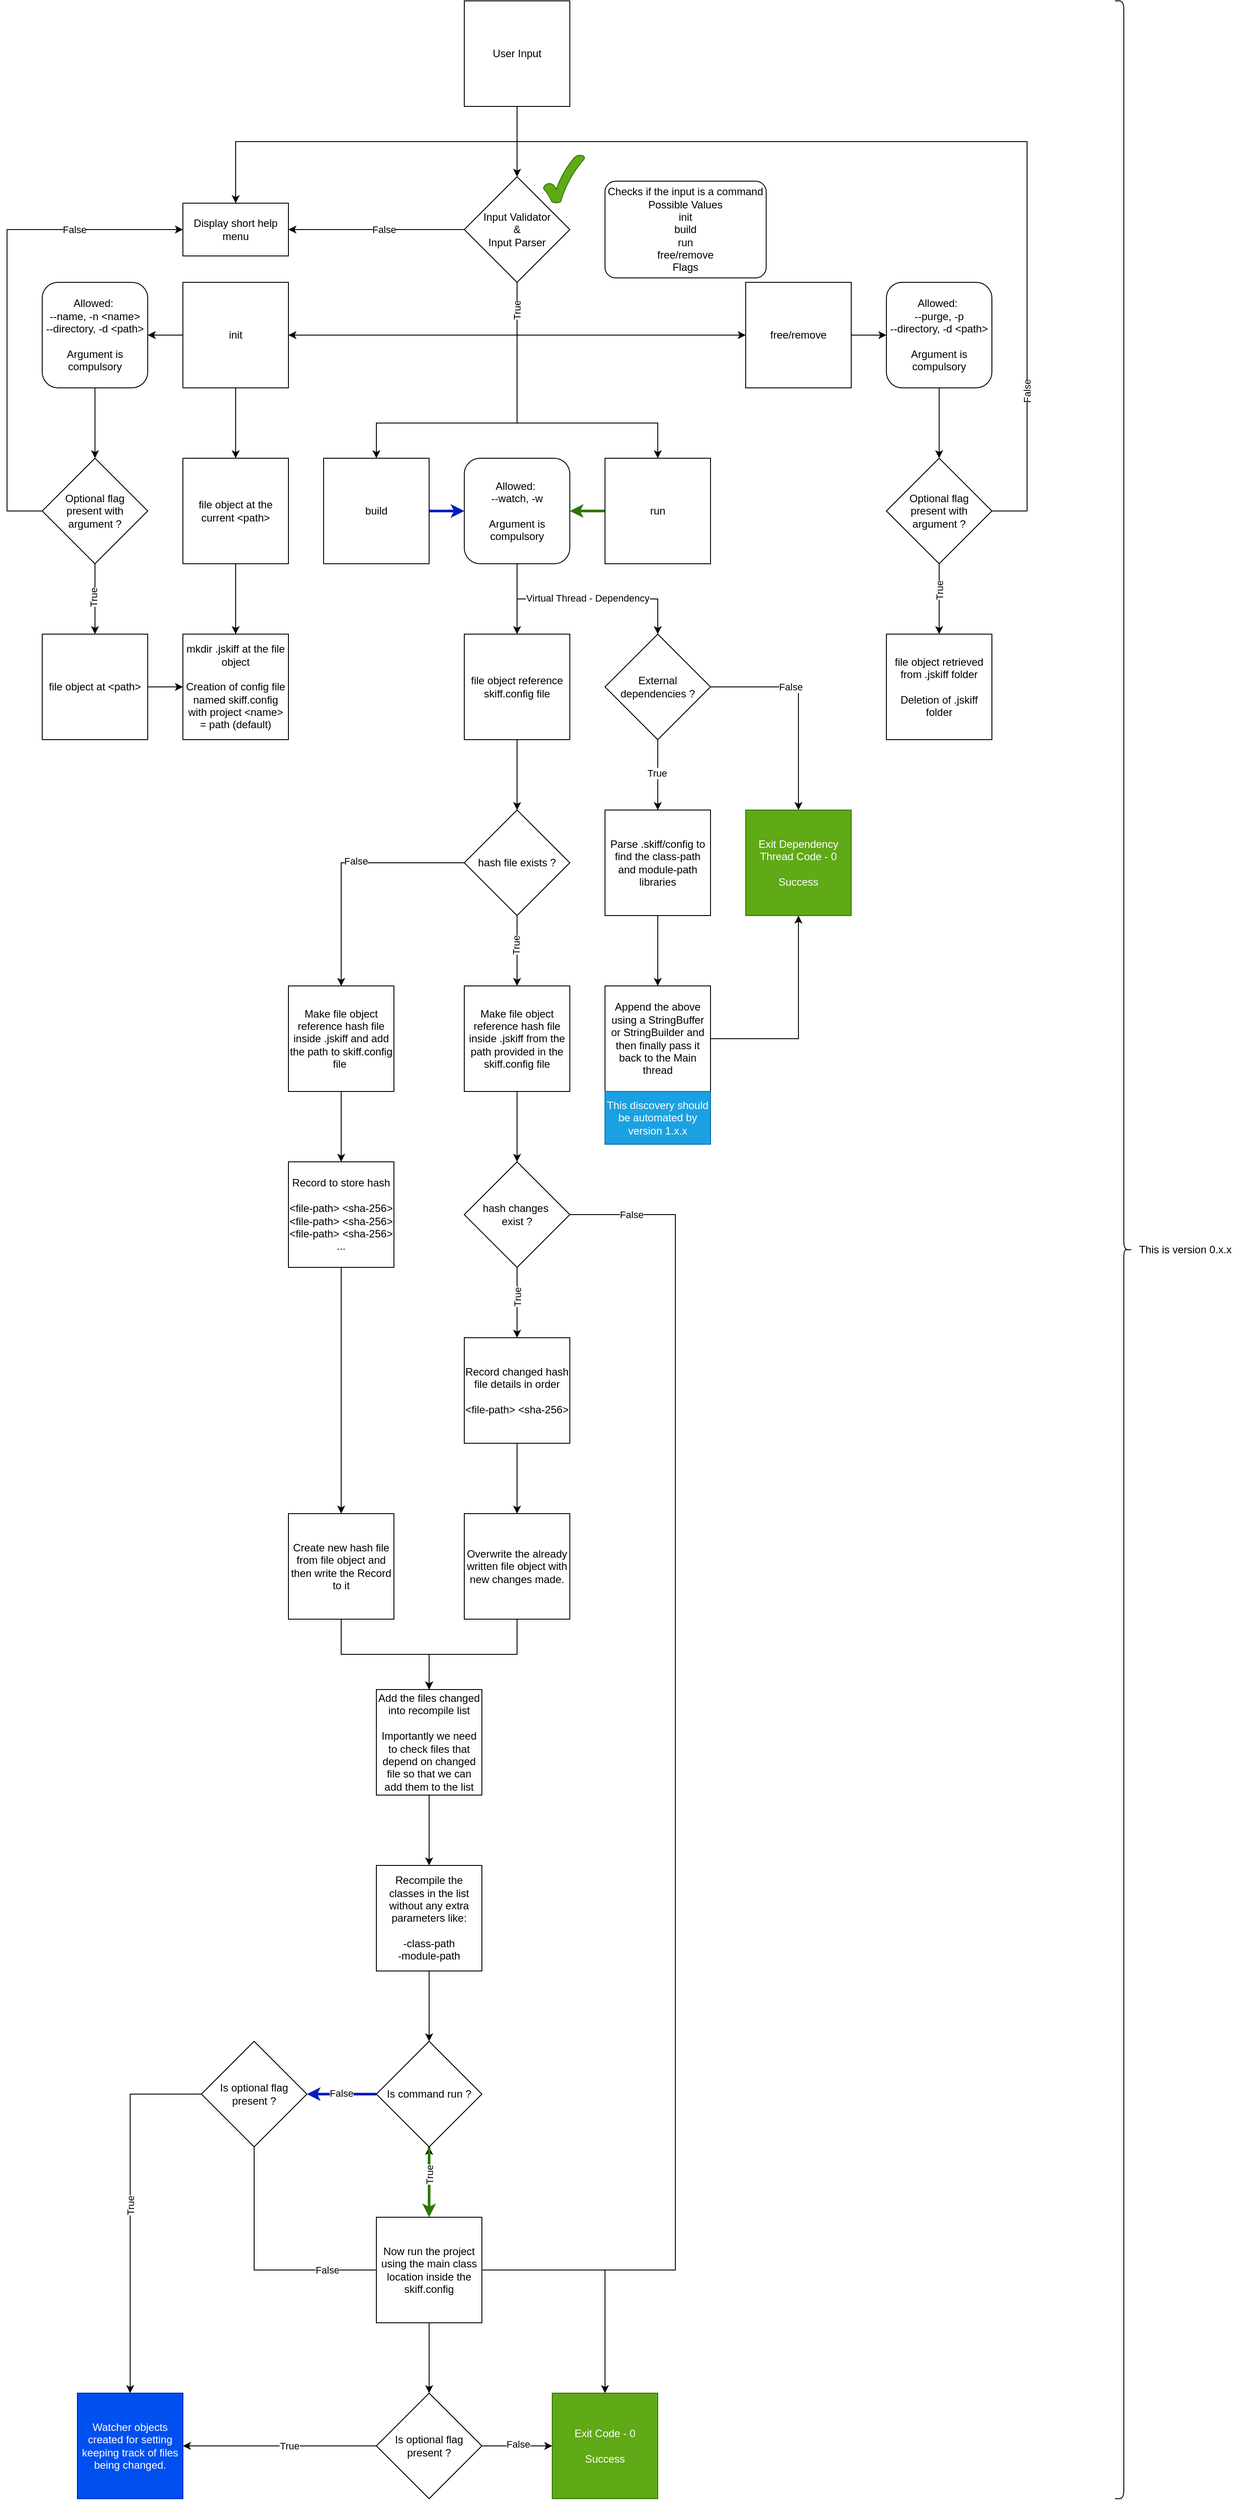
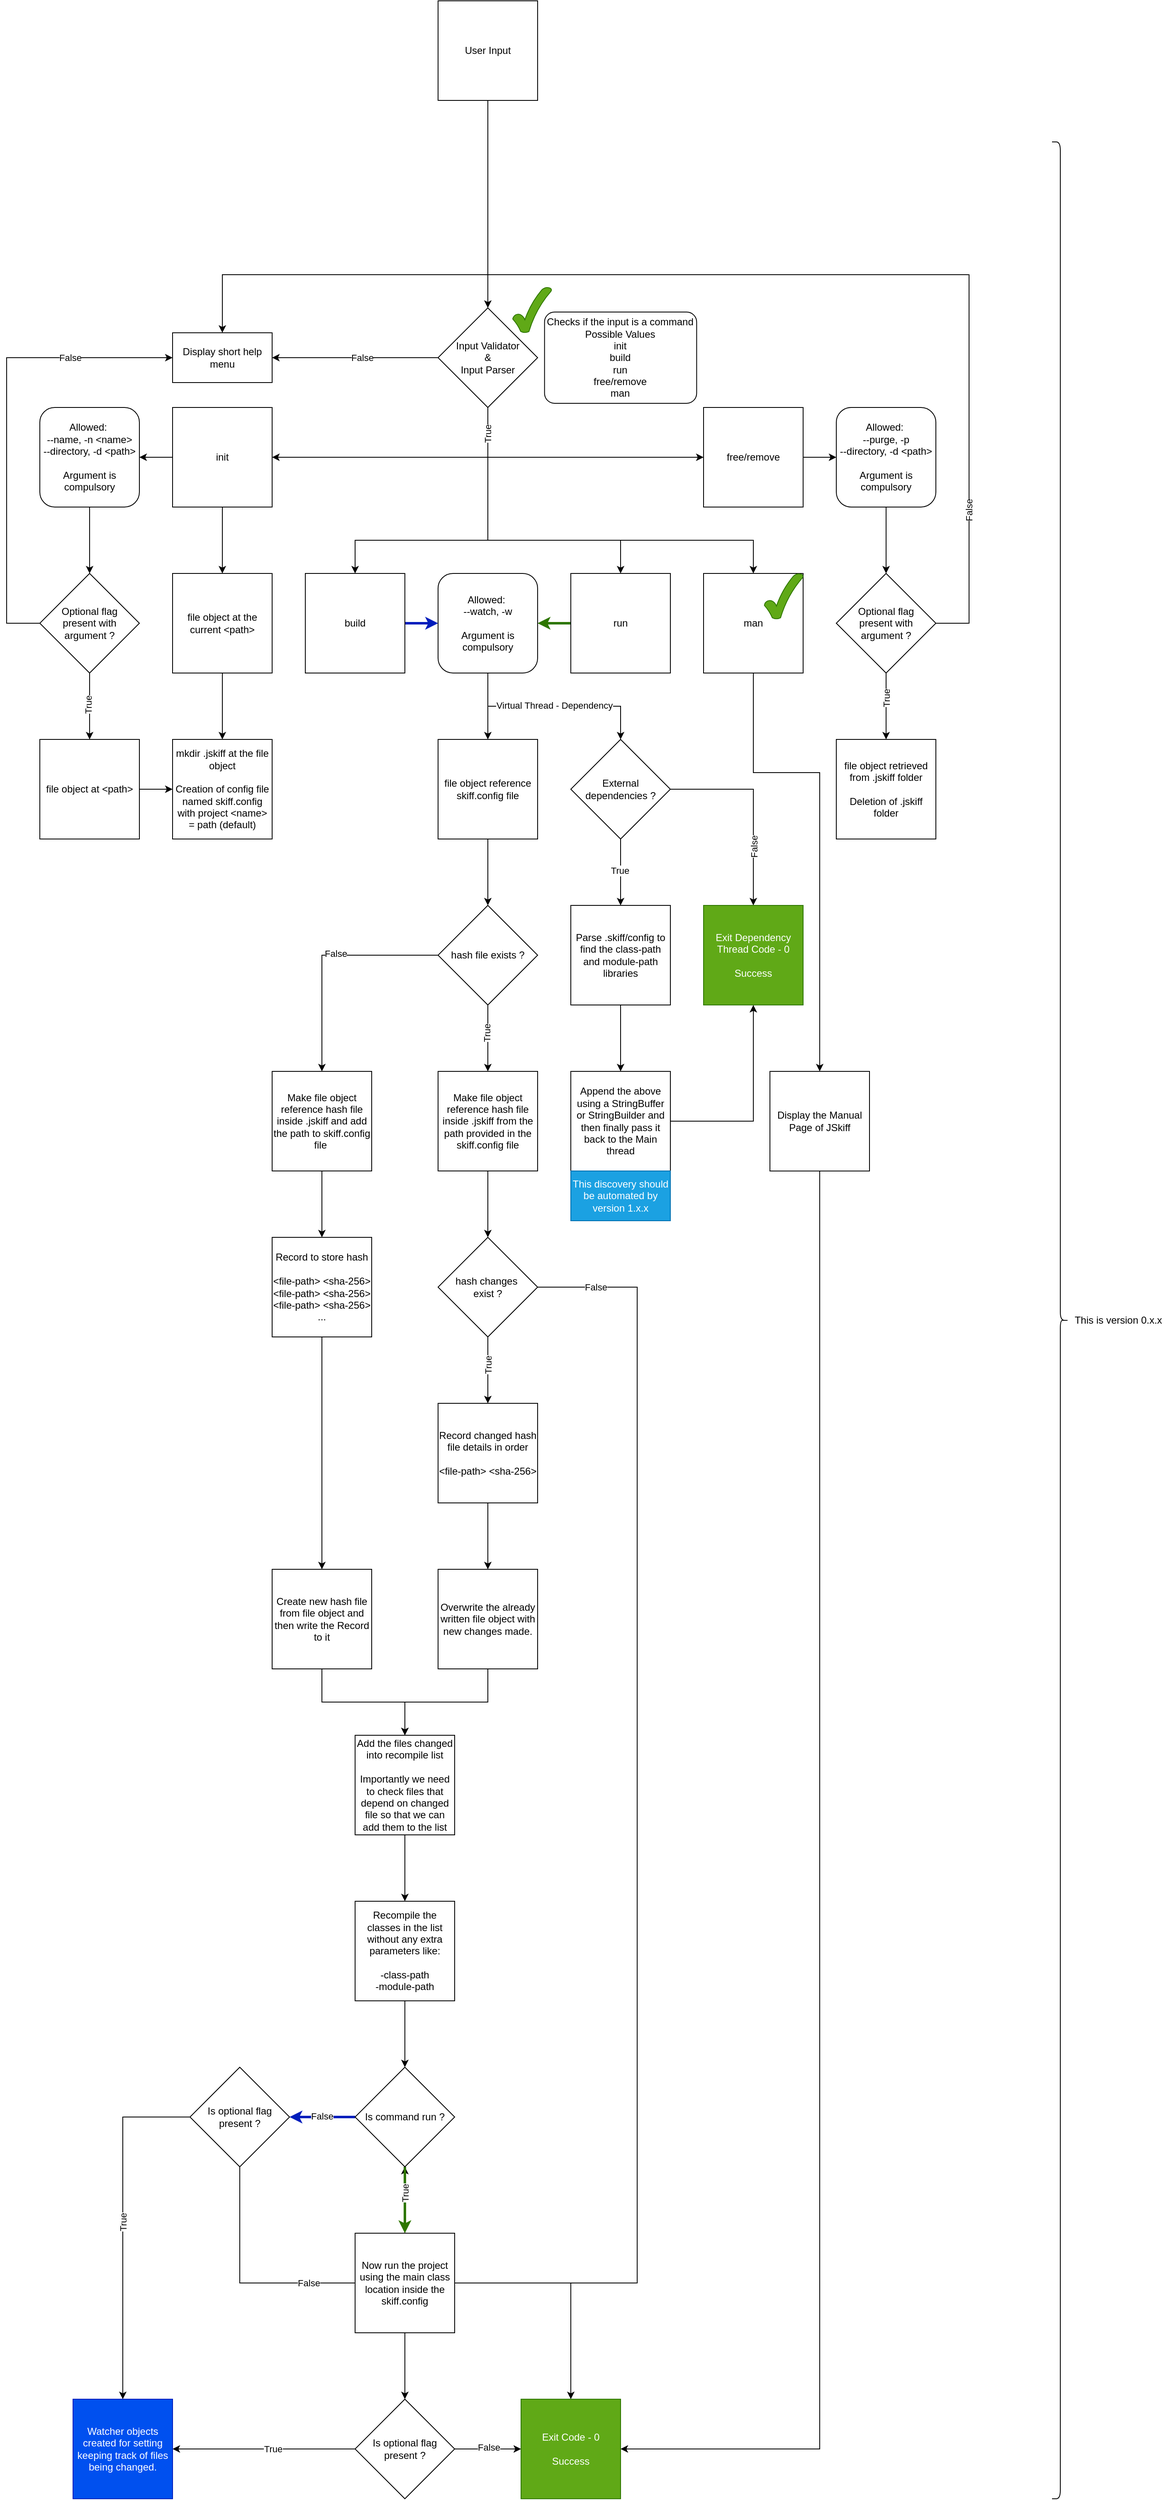
<mxfile host="Electron" agent="Mozilla/5.0 (Macintosh; Intel Mac OS X 10_15_7) AppleWebKit/537.36 (KHTML, like Gecko) draw.io/29.5.2 Chrome/142.0.7444.265 Electron/39.6.1 Safari/537.36">
  <diagram name="Page-1" id="RRkaCzey-Hmdg8RHbrl_">
-     <mxGraphModel dx="1074" dy="664" grid="1" gridSize="10" guides="1" tooltips="1" connect="1" arrows="1" fold="1" page="0" pageScale="1" pageWidth="827" pageHeight="1169" math="0" shadow="0">
+     <mxGraphModel dx="558" dy="745" grid="1" gridSize="10" guides="1" tooltips="1" connect="1" arrows="1" fold="1" page="0" pageScale="1" pageWidth="827" pageHeight="1169" math="0" shadow="0">
      <root>
        <mxCell id="0" />
        <mxCell id="1" parent="0" />
        <mxCell id="_L8elAd2zRHlTAjXCjIf-3" edge="1" parent="1" source="_L8elAd2zRHlTAjXCjIf-1" style="edgeStyle=orthogonalEdgeStyle;rounded=0;orthogonalLoop=1;jettySize=auto;html=1;entryX=0.5;entryY=0;entryDx=0;entryDy=0;align=center;" target="_L8elAd2zRHlTAjXCjIf-26" value="">
          <mxGeometry relative="1" as="geometry">
            <mxPoint x="660" y="200" as="targetPoint" />
          </mxGeometry>
        </mxCell>
        <mxCell id="_L8elAd2zRHlTAjXCjIf-1" parent="1" style="rounded=0;html=1;aspect=fixed;align=center;whiteSpace=wrap;" value="User Input" vertex="1">
-           <mxGeometry height="120" width="120" x="600" as="geometry" />
-         </mxCell>
-         <mxCell id="_L8elAd2zRHlTAjXCjIf-4" parent="1" style="rounded=1;html=1;arcSize=11;aspect=fixed;align=center;whiteSpace=wrap;" value="Checks if the input is a command&lt;br&gt;Possible Values&lt;br&gt;init&lt;br&gt;build&lt;br&gt;run&lt;br&gt;free/remove&lt;br&gt;Flags" vertex="1">
-           <mxGeometry height="110" width="183.33" x="760" y="205" as="geometry" />
+           <mxGeometry height="120" width="120" x="600" y="-170" as="geometry" />
+         </mxCell>
+         <mxCell id="_L8elAd2zRHlTAjXCjIf-4" parent="1" style="rounded=1;html=1;arcSize=11;aspect=fixed;align=center;whiteSpace=wrap;" value="Checks if the input is a command&lt;br&gt;Possible Values&lt;br&gt;init&lt;br&gt;build&lt;br&gt;run&lt;br&gt;free/remove&lt;br&gt;man" vertex="1">
+           <mxGeometry height="110" width="183.33" x="728.3399999999999" y="205" as="geometry" />
        </mxCell>
        <mxCell id="_L8elAd2zRHlTAjXCjIf-34" edge="1" parent="1" source="_L8elAd2zRHlTAjXCjIf-8" style="edgeStyle=orthogonalEdgeStyle;rounded=0;orthogonalLoop=1;jettySize=auto;html=1;align=center;" target="_L8elAd2zRHlTAjXCjIf-24">
          <mxGeometry relative="1" as="geometry" />
        </mxCell>
        <mxCell id="_L8elAd2zRHlTAjXCjIf-47" edge="1" parent="1" source="_L8elAd2zRHlTAjXCjIf-8" style="edgeStyle=orthogonalEdgeStyle;rounded=0;orthogonalLoop=1;jettySize=auto;html=1;align=center;" target="_L8elAd2zRHlTAjXCjIf-46" value="">
          <mxGeometry relative="1" as="geometry" />
        </mxCell>
        <mxCell id="_L8elAd2zRHlTAjXCjIf-8" parent="1" style="rounded=0;html=1;aspect=fixed;align=center;whiteSpace=wrap;" value="init" vertex="1">
          <mxGeometry height="120" width="120" x="280" y="320" as="geometry" />
        </mxCell>
        <mxCell id="_L8elAd2zRHlTAjXCjIf-62" edge="1" parent="1" source="_L8elAd2zRHlTAjXCjIf-10" style="edgeStyle=orthogonalEdgeStyle;rounded=0;orthogonalLoop=1;jettySize=auto;html=1;fillColor=#0050ef;strokeColor=#001DBC;strokeWidth=3;align=center;" target="Qmm5ZwnxzWg7dFWX0fx7-13" value="">
          <mxGeometry relative="1" as="geometry" />
        </mxCell>
        <mxCell id="_L8elAd2zRHlTAjXCjIf-10" parent="1" style="rounded=0;html=1;aspect=fixed;align=center;whiteSpace=wrap;" value="build" vertex="1">
          <mxGeometry height="120" width="120" x="440" y="520" as="geometry" />
        </mxCell>
        <mxCell id="_L8elAd2zRHlTAjXCjIf-63" edge="1" parent="1" source="_L8elAd2zRHlTAjXCjIf-12" style="edgeStyle=orthogonalEdgeStyle;rounded=0;orthogonalLoop=1;jettySize=auto;html=1;fillColor=#60a917;strokeColor=#2D7600;strokeWidth=3;align=center;" target="Qmm5ZwnxzWg7dFWX0fx7-13">
          <mxGeometry relative="1" as="geometry" />
        </mxCell>
        <mxCell id="_L8elAd2zRHlTAjXCjIf-12" parent="1" style="rounded=0;html=1;aspect=fixed;align=center;whiteSpace=wrap;" value="run" vertex="1">
          <mxGeometry height="120" width="120" x="760" y="520" as="geometry" />
        </mxCell>
        <mxCell id="_L8elAd2zRHlTAjXCjIf-50" edge="1" parent="1" source="_L8elAd2zRHlTAjXCjIf-14" style="edgeStyle=orthogonalEdgeStyle;rounded=0;orthogonalLoop=1;jettySize=auto;html=1;align=center;" target="_L8elAd2zRHlTAjXCjIf-49" value="">
          <mxGeometry relative="1" as="geometry" />
        </mxCell>
        <mxCell id="_L8elAd2zRHlTAjXCjIf-14" parent="1" style="rounded=0;html=1;aspect=fixed;align=center;whiteSpace=wrap;" value="free/remove" vertex="1">
          <mxGeometry height="120" width="120" x="920" y="320" as="geometry" />
        </mxCell>
        <mxCell id="_L8elAd2zRHlTAjXCjIf-36" edge="1" parent="1" source="_L8elAd2zRHlTAjXCjIf-20" style="edgeStyle=orthogonalEdgeStyle;rounded=0;orthogonalLoop=1;jettySize=auto;html=1;align=center;" target="_L8elAd2zRHlTAjXCjIf-32">
          <mxGeometry relative="1" as="geometry">
            <Array as="points">
              <mxPoint x="80" y="580" />
              <mxPoint x="80" y="260" />
            </Array>
          </mxGeometry>
        </mxCell>
        <mxCell id="_L8elAd2zRHlTAjXCjIf-37" connectable="0" parent="_L8elAd2zRHlTAjXCjIf-36" style="edgeLabel;html=1;align=center;verticalAlign=middle;resizable=0;points=[];whiteSpace=wrap;fontColor=light-dark(#000000,#FF0000);" value="False" vertex="1">
          <mxGeometry relative="1" x="0.5583" y="1" as="geometry">
            <mxPoint y="1" as="offset" />
          </mxGeometry>
        </mxCell>
        <mxCell id="_L8elAd2zRHlTAjXCjIf-42" edge="1" parent="1" source="_L8elAd2zRHlTAjXCjIf-20" style="edgeStyle=orthogonalEdgeStyle;rounded=0;orthogonalLoop=1;jettySize=auto;html=1;align=center;" target="_L8elAd2zRHlTAjXCjIf-41" value="">
          <mxGeometry relative="1" as="geometry" />
        </mxCell>
        <mxCell id="_L8elAd2zRHlTAjXCjIf-43" connectable="0" parent="_L8elAd2zRHlTAjXCjIf-42" style="edgeLabel;html=1;align=center;verticalAlign=middle;resizable=0;points=[];whiteSpace=wrap;horizontal=0;fontColor=light-dark(#000000,#00FF00);" value="True" vertex="1">
          <mxGeometry relative="1" x="-0.05" y="-2" as="geometry">
            <mxPoint as="offset" />
          </mxGeometry>
        </mxCell>
        <mxCell id="_L8elAd2zRHlTAjXCjIf-20" parent="1" style="rhombus;html=1;aspect=fixed;align=center;whiteSpace=wrap;" value="Optional flag &lt;br&gt;present with argument ?" vertex="1">
          <mxGeometry height="120" width="120" x="120" y="520" as="geometry" />
        </mxCell>
        <mxCell id="_L8elAd2zRHlTAjXCjIf-35" edge="1" parent="1" source="_L8elAd2zRHlTAjXCjIf-24" style="edgeStyle=orthogonalEdgeStyle;rounded=0;orthogonalLoop=1;jettySize=auto;html=1;align=center;" target="_L8elAd2zRHlTAjXCjIf-20" value="">
          <mxGeometry relative="1" as="geometry" />
        </mxCell>
        <mxCell id="_L8elAd2zRHlTAjXCjIf-24" parent="1" style="rounded=1;html=1;align=center;whiteSpace=wrap;" value="Allowed:&amp;nbsp;&lt;div&gt;--name, -n &amp;lt;name&amp;gt;&lt;br&gt;--directory, -d &amp;lt;path&amp;gt;&lt;br&gt;&lt;br&gt;Argument is compulsory&lt;/div&gt;" vertex="1">
          <mxGeometry height="120" width="120" x="120" y="320" as="geometry" />
        </mxCell>
        <mxCell id="_L8elAd2zRHlTAjXCjIf-27" edge="1" parent="1" source="_L8elAd2zRHlTAjXCjIf-26" style="edgeStyle=orthogonalEdgeStyle;rounded=0;orthogonalLoop=1;jettySize=auto;html=1;entryX=1;entryY=0.5;entryDx=0;entryDy=0;align=center;" target="_L8elAd2zRHlTAjXCjIf-8">
          <mxGeometry relative="1" as="geometry">
            <Array as="points">
              <mxPoint x="660" y="380" />
            </Array>
          </mxGeometry>
        </mxCell>
        <mxCell id="_L8elAd2zRHlTAjXCjIf-29" edge="1" parent="1" source="_L8elAd2zRHlTAjXCjIf-26" style="edgeStyle=orthogonalEdgeStyle;rounded=0;orthogonalLoop=1;jettySize=auto;html=1;align=center;" target="_L8elAd2zRHlTAjXCjIf-10">
          <mxGeometry relative="1" as="geometry">
            <Array as="points">
              <mxPoint x="660" y="480" />
              <mxPoint x="500" y="480" />
            </Array>
          </mxGeometry>
        </mxCell>
        <mxCell id="_L8elAd2zRHlTAjXCjIf-30" edge="1" parent="1" source="_L8elAd2zRHlTAjXCjIf-26" style="edgeStyle=orthogonalEdgeStyle;rounded=0;orthogonalLoop=1;jettySize=auto;html=1;align=center;" target="_L8elAd2zRHlTAjXCjIf-12">
          <mxGeometry relative="1" as="geometry">
            <Array as="points">
              <mxPoint x="660" y="480" />
              <mxPoint x="820" y="480" />
            </Array>
          </mxGeometry>
        </mxCell>
        <mxCell id="_L8elAd2zRHlTAjXCjIf-33" edge="1" parent="1" source="_L8elAd2zRHlTAjXCjIf-26" style="edgeStyle=orthogonalEdgeStyle;rounded=0;orthogonalLoop=1;jettySize=auto;html=1;align=center;" target="_L8elAd2zRHlTAjXCjIf-32" value="">
          <mxGeometry relative="1" as="geometry" />
        </mxCell>
        <mxCell id="_L8elAd2zRHlTAjXCjIf-38" connectable="0" parent="_L8elAd2zRHlTAjXCjIf-33" style="edgeLabel;html=1;align=center;verticalAlign=middle;resizable=0;points=[];whiteSpace=wrap;fontColor=light-dark(#000000,#FF0000);" value="False" vertex="1">
          <mxGeometry relative="1" x="-0.0881" y="4" as="geometry">
            <mxPoint y="-4" as="offset" />
          </mxGeometry>
        </mxCell>
+         <mxCell id="Gxfhy34ixXxoShNP1-K3-3" edge="1" parent="1" source="_L8elAd2zRHlTAjXCjIf-26" style="edgeStyle=orthogonalEdgeStyle;rounded=0;orthogonalLoop=1;jettySize=auto;html=1;" target="Gxfhy34ixXxoShNP1-K3-2" value="">
+           <mxGeometry relative="1" as="geometry">
+             <Array as="points">
+               <mxPoint x="660" y="480" />
+               <mxPoint x="980" y="480" />
+             </Array>
+           </mxGeometry>
+         </mxCell>
        <mxCell id="_L8elAd2zRHlTAjXCjIf-26" parent="1" style="rhombus;html=1;align=center;whiteSpace=wrap;" value="Input Validator&lt;div&gt;&amp;amp;&lt;/div&gt;&lt;div&gt;Input Parser&lt;/div&gt;" vertex="1">
          <mxGeometry height="120" width="120" x="600" y="200" as="geometry" />
        </mxCell>
        <mxCell id="_L8elAd2zRHlTAjXCjIf-28" edge="1" parent="1" source="_L8elAd2zRHlTAjXCjIf-26" style="edgeStyle=orthogonalEdgeStyle;rounded=0;orthogonalLoop=1;jettySize=auto;html=1;entryX=0;entryY=0.5;entryDx=0;entryDy=0;align=center;" target="_L8elAd2zRHlTAjXCjIf-14">
          <mxGeometry relative="1" as="geometry">
            <Array as="points">
              <mxPoint x="660" y="380" />
            </Array>
          </mxGeometry>
        </mxCell>
        <mxCell id="_L8elAd2zRHlTAjXCjIf-31" connectable="0" parent="_L8elAd2zRHlTAjXCjIf-28" style="edgeLabel;html=1;align=center;verticalAlign=middle;resizable=0;points=[];whiteSpace=wrap;horizontal=0;fontColor=light-dark(#000000,#00FF00);" value="True" vertex="1">
          <mxGeometry relative="1" x="-0.8032" y="-1" as="geometry">
            <mxPoint x="1" as="offset" />
          </mxGeometry>
        </mxCell>
        <mxCell id="_L8elAd2zRHlTAjXCjIf-32" parent="1" style="html=1;align=center;whiteSpace=wrap;" value="Display short help menu" vertex="1">
          <mxGeometry height="60" width="120" x="280" y="230" as="geometry" />
        </mxCell>
        <mxCell id="_L8elAd2zRHlTAjXCjIf-40" parent="1" style="rounded=0;html=1;align=center;whiteSpace=wrap;" value="mkdir .jskiff at the file object&lt;div&gt;&lt;br&gt;&lt;/div&gt;&lt;div&gt;Creation of config file named skiff.config&lt;/div&gt;&lt;div&gt;with&amp;nbsp;project &amp;lt;name&amp;gt;&lt;br&gt;= path (default)&lt;/div&gt;" vertex="1">
          <mxGeometry height="120" width="120" x="280" y="720" as="geometry" />
        </mxCell>
        <mxCell id="_L8elAd2zRHlTAjXCjIf-44" edge="1" parent="1" source="_L8elAd2zRHlTAjXCjIf-41" style="edgeStyle=orthogonalEdgeStyle;rounded=0;orthogonalLoop=1;jettySize=auto;html=1;align=center;" target="_L8elAd2zRHlTAjXCjIf-40" value="">
          <mxGeometry relative="1" as="geometry" />
        </mxCell>
        <mxCell id="_L8elAd2zRHlTAjXCjIf-41" parent="1" style="rounded=0;html=1;align=center;whiteSpace=wrap;" value="&lt;span style=&quot;background-color: transparent; color: light-dark(rgb(0, 0, 0), rgb(255, 255, 255));&quot;&gt;file object at &amp;lt;path&amp;gt;&lt;br&gt;&lt;/span&gt;" vertex="1">
          <mxGeometry height="120" width="120" x="120" y="720" as="geometry" />
        </mxCell>
        <mxCell id="_L8elAd2zRHlTAjXCjIf-48" edge="1" parent="1" source="_L8elAd2zRHlTAjXCjIf-46" style="edgeStyle=orthogonalEdgeStyle;rounded=0;orthogonalLoop=1;jettySize=auto;html=1;align=center;" target="_L8elAd2zRHlTAjXCjIf-40" value="">
          <mxGeometry relative="1" as="geometry" />
        </mxCell>
        <mxCell id="_L8elAd2zRHlTAjXCjIf-46" parent="1" style="rounded=0;html=1;aspect=fixed;align=center;whiteSpace=wrap;" value="file object at the current &amp;lt;path&amp;gt;" vertex="1">
          <mxGeometry height="120" width="120" x="280" y="520" as="geometry" />
        </mxCell>
        <mxCell id="_L8elAd2zRHlTAjXCjIf-52" edge="1" parent="1" source="_L8elAd2zRHlTAjXCjIf-49" style="edgeStyle=orthogonalEdgeStyle;rounded=0;orthogonalLoop=1;jettySize=auto;html=1;align=center;" target="_L8elAd2zRHlTAjXCjIf-51" value="">
          <mxGeometry relative="1" as="geometry" />
        </mxCell>
        <mxCell id="_L8elAd2zRHlTAjXCjIf-49" parent="1" style="rounded=1;html=1;align=center;whiteSpace=wrap;" value="Allowed:&amp;nbsp;&lt;div&gt;--purge, -p&lt;br&gt;--directory, -d &amp;lt;path&amp;gt;&lt;br&gt;&lt;br&gt;Argument is compulsory&lt;/div&gt;" vertex="1">
          <mxGeometry height="120" width="120" x="1080" y="320" as="geometry" />
        </mxCell>
        <mxCell id="_L8elAd2zRHlTAjXCjIf-54" edge="1" parent="1" source="_L8elAd2zRHlTAjXCjIf-51" style="edgeStyle=orthogonalEdgeStyle;rounded=0;orthogonalLoop=1;jettySize=auto;html=1;align=center;" target="_L8elAd2zRHlTAjXCjIf-53" value="">
          <mxGeometry relative="1" as="geometry" />
        </mxCell>
        <mxCell id="_L8elAd2zRHlTAjXCjIf-56" connectable="0" parent="_L8elAd2zRHlTAjXCjIf-54" style="edgeLabel;html=1;align=center;verticalAlign=middle;resizable=0;points=[];whiteSpace=wrap;horizontal=0;fontColor=light-dark(#000000,#00FF00);" value="True" vertex="1">
          <mxGeometry relative="1" x="0.05" y="-2" as="geometry">
            <mxPoint x="2" y="-12" as="offset" />
          </mxGeometry>
        </mxCell>
        <mxCell id="_L8elAd2zRHlTAjXCjIf-55" edge="1" parent="1" source="_L8elAd2zRHlTAjXCjIf-51" style="edgeStyle=orthogonalEdgeStyle;rounded=0;orthogonalLoop=1;jettySize=auto;html=1;align=center;" target="_L8elAd2zRHlTAjXCjIf-32">
          <mxGeometry relative="1" as="geometry">
            <Array as="points">
              <mxPoint x="1240" y="580" />
              <mxPoint x="1240" y="160" />
              <mxPoint x="340" y="160" />
            </Array>
          </mxGeometry>
        </mxCell>
        <mxCell id="_L8elAd2zRHlTAjXCjIf-57" connectable="0" parent="_L8elAd2zRHlTAjXCjIf-55" style="edgeLabel;html=1;align=center;verticalAlign=middle;resizable=0;points=[];whiteSpace=wrap;horizontal=0;fontColor=light-dark(#000000,#FF0000);" value="False" vertex="1">
          <mxGeometry relative="1" x="-0.703" y="-1" as="geometry">
            <mxPoint x="-1" y="36" as="offset" />
          </mxGeometry>
        </mxCell>
        <mxCell id="_L8elAd2zRHlTAjXCjIf-51" parent="1" style="rhombus;html=1;aspect=fixed;align=center;whiteSpace=wrap;" value="Optional flag &lt;br&gt;present with argument ?" vertex="1">
          <mxGeometry height="120" width="120" x="1080" y="520" as="geometry" />
        </mxCell>
        <mxCell id="_L8elAd2zRHlTAjXCjIf-53" parent="1" style="rounded=0;html=1;align=center;whiteSpace=wrap;" value="&lt;span style=&quot;background-color: transparent; color: light-dark(rgb(0, 0, 0), rgb(255, 255, 255));&quot;&gt;file object retrieved from .jskiff folder&lt;/span&gt;&lt;div&gt;&lt;span style=&quot;background-color: transparent; color: light-dark(rgb(0, 0, 0), rgb(255, 255, 255));&quot;&gt;&lt;br&gt;Deletion of .jskiff folder&lt;/span&gt;&lt;/div&gt;" vertex="1">
          <mxGeometry height="120" width="120" x="1080" y="720" as="geometry" />
        </mxCell>
        <mxCell id="_L8elAd2zRHlTAjXCjIf-65" edge="1" parent="1" source="_L8elAd2zRHlTAjXCjIf-61" style="edgeStyle=orthogonalEdgeStyle;rounded=0;orthogonalLoop=1;jettySize=auto;html=1;align=center;" target="_L8elAd2zRHlTAjXCjIf-64" value="">
          <mxGeometry relative="1" as="geometry" />
        </mxCell>
        <mxCell id="_L8elAd2zRHlTAjXCjIf-66" connectable="0" parent="_L8elAd2zRHlTAjXCjIf-65" style="edgeLabel;html=1;align=center;verticalAlign=middle;resizable=0;points=[];whiteSpace=wrap;fontColor=light-dark(#000000,#FF0000);" value="False" vertex="1">
          <mxGeometry relative="1" x="-0.1167" y="-1" as="geometry">
            <mxPoint y="-1" as="offset" />
          </mxGeometry>
        </mxCell>
        <mxCell id="D8js0SttXVh86KWsJFss-5" edge="1" parent="1" source="_L8elAd2zRHlTAjXCjIf-61" style="edgeStyle=orthogonalEdgeStyle;rounded=0;orthogonalLoop=1;jettySize=auto;html=1;align=center;" target="D8js0SttXVh86KWsJFss-4" value="">
          <mxGeometry relative="1" as="geometry" />
        </mxCell>
        <mxCell id="D8js0SttXVh86KWsJFss-6" connectable="0" parent="D8js0SttXVh86KWsJFss-5" style="edgeLabel;html=1;align=center;verticalAlign=middle;resizable=0;points=[];whiteSpace=wrap;horizontal=0;fontColor=light-dark(#000000,#00FF00);" value="True" vertex="1">
          <mxGeometry relative="1" x="-0.1625" y="-1" as="geometry">
            <mxPoint as="offset" />
          </mxGeometry>
        </mxCell>
        <mxCell id="_L8elAd2zRHlTAjXCjIf-61" parent="1" style="rhombus;html=1;rounded=0;aspect=fixed;align=center;whiteSpace=wrap;" value="hash file exists ?" vertex="1">
          <mxGeometry height="120" width="120" x="600" y="920" as="geometry" />
        </mxCell>
        <mxCell id="_L8elAd2zRHlTAjXCjIf-70" edge="1" parent="1" source="_L8elAd2zRHlTAjXCjIf-64" style="edgeStyle=orthogonalEdgeStyle;rounded=0;orthogonalLoop=1;jettySize=auto;html=1;align=center;" target="_L8elAd2zRHlTAjXCjIf-69" value="">
          <mxGeometry relative="1" as="geometry" />
        </mxCell>
        <mxCell id="_L8elAd2zRHlTAjXCjIf-64" parent="1" style="html=1;rounded=0;align=center;whiteSpace=wrap;" value="Make file object reference hash file inside .jskiff and add the path to skiff.config file&amp;nbsp;" vertex="1">
          <mxGeometry height="120" width="120" x="400" y="1120" as="geometry" />
        </mxCell>
        <mxCell id="D8js0SttXVh86KWsJFss-22" edge="1" parent="1" source="_L8elAd2zRHlTAjXCjIf-67" style="edgeStyle=orthogonalEdgeStyle;rounded=0;orthogonalLoop=1;jettySize=auto;html=1;" target="_L8elAd2zRHlTAjXCjIf-61">
          <mxGeometry relative="1" as="geometry" />
        </mxCell>
        <mxCell id="_L8elAd2zRHlTAjXCjIf-67" parent="1" style="rounded=0;html=1;align=center;whiteSpace=wrap;" value="file object reference skiff.config file" vertex="1">
          <mxGeometry height="120" width="120" x="600" y="720" as="geometry" />
        </mxCell>
        <mxCell id="_L8elAd2zRHlTAjXCjIf-72" edge="1" parent="1" source="_L8elAd2zRHlTAjXCjIf-69" style="edgeStyle=orthogonalEdgeStyle;rounded=0;orthogonalLoop=1;jettySize=auto;html=1;align=center;" target="_L8elAd2zRHlTAjXCjIf-71" value="">
          <mxGeometry relative="1" as="geometry" />
        </mxCell>
        <mxCell id="_L8elAd2zRHlTAjXCjIf-69" parent="1" style="html=1;rounded=0;align=center;whiteSpace=wrap;" value="Record to store hash&lt;br&gt;&lt;div&gt;&lt;br&gt;&lt;/div&gt;&lt;div&gt;&amp;lt;file-path&amp;gt; &amp;lt;sha-256&amp;gt;&lt;br&gt;&amp;lt;file-path&amp;gt; &amp;lt;sha-256&amp;gt;&lt;/div&gt;&lt;div&gt;&amp;lt;file-path&amp;gt; &amp;lt;sha-256&amp;gt;&lt;/div&gt;&lt;div&gt;...&lt;/div&gt;" vertex="1">
          <mxGeometry height="120" width="120" x="400" y="1320" as="geometry" />
        </mxCell>
        <mxCell id="D8js0SttXVh86KWsJFss-12" edge="1" parent="1" source="_L8elAd2zRHlTAjXCjIf-71" style="edgeStyle=orthogonalEdgeStyle;rounded=0;orthogonalLoop=1;jettySize=auto;html=1;" target="D8js0SttXVh86KWsJFss-11" value="">
          <mxGeometry relative="1" as="geometry" />
        </mxCell>
        <mxCell id="_L8elAd2zRHlTAjXCjIf-71" parent="1" style="html=1;rounded=0;align=center;whiteSpace=wrap;" value="Create new hash file from file object and then write the Record to it" vertex="1">
          <mxGeometry height="120" width="120" x="400" y="1720" as="geometry" />
        </mxCell>
        <mxCell id="D8js0SttXVh86KWsJFss-15" edge="1" parent="1" source="D8js0SttXVh86KWsJFss-4" style="edgeStyle=orthogonalEdgeStyle;rounded=0;orthogonalLoop=1;jettySize=auto;html=1;" target="D8js0SttXVh86KWsJFss-14" value="">
          <mxGeometry relative="1" as="geometry" />
        </mxCell>
        <mxCell id="D8js0SttXVh86KWsJFss-4" parent="1" style="html=1;rounded=0;align=center;whiteSpace=wrap;" value="Make file object reference hash file inside .jskiff from the path provided in the skiff.config file" vertex="1">
          <mxGeometry height="120" width="120" x="600" y="1120" as="geometry" />
        </mxCell>
        <mxCell id="D8js0SttXVh86KWsJFss-13" edge="1" parent="1" source="D8js0SttXVh86KWsJFss-9" style="edgeStyle=orthogonalEdgeStyle;rounded=0;orthogonalLoop=1;jettySize=auto;html=1;entryX=0.5;entryY=0;entryDx=0;entryDy=0;" target="D8js0SttXVh86KWsJFss-11">
          <mxGeometry relative="1" as="geometry" />
        </mxCell>
        <mxCell id="D8js0SttXVh86KWsJFss-9" parent="1" style="html=1;rounded=0;align=center;whiteSpace=wrap;" value="&lt;div&gt;Overwrite the already written file object with new changes made.&lt;/div&gt;" vertex="1">
          <mxGeometry height="120" width="120" x="600" y="1720" as="geometry" />
        </mxCell>
        <mxCell id="kUUIiqGxWrQIOyBqX_BW-5" edge="1" parent="1" source="D8js0SttXVh86KWsJFss-11" style="edgeStyle=orthogonalEdgeStyle;rounded=0;orthogonalLoop=1;jettySize=auto;html=1;" target="DWGIw0IIuDlJqxq0uWgz-1">
          <mxGeometry relative="1" as="geometry" />
        </mxCell>
        <mxCell id="D8js0SttXVh86KWsJFss-11" parent="1" style="html=1;rounded=0;align=center;whiteSpace=wrap;" value="&lt;div&gt;Add the files changed into recompile list&lt;br&gt;&lt;br&gt;&lt;/div&gt;&lt;div&gt;Importantly we need to check files that depend on changed file so that we can add them to the list&lt;/div&gt;" vertex="1">
          <mxGeometry height="120" width="120" x="500" y="1920" as="geometry" />
        </mxCell>
        <mxCell id="D8js0SttXVh86KWsJFss-19" edge="1" parent="1" source="D8js0SttXVh86KWsJFss-14" style="edgeStyle=orthogonalEdgeStyle;rounded=0;orthogonalLoop=1;jettySize=auto;html=1;" target="D8js0SttXVh86KWsJFss-20" value="">
          <mxGeometry relative="1" as="geometry">
            <mxPoint x="660" y="1520" as="targetPoint" />
          </mxGeometry>
        </mxCell>
        <mxCell id="D8js0SttXVh86KWsJFss-23" connectable="0" parent="D8js0SttXVh86KWsJFss-19" style="edgeLabel;html=1;align=center;verticalAlign=middle;resizable=0;points=[];horizontal=0;fontColor=light-dark(#000000,#FF0000);" value="&lt;font style=&quot;color: light-dark(rgb(0, 0, 0), rgb(0, 255, 0));&quot;&gt;True&lt;/font&gt;" vertex="1">
          <mxGeometry relative="1" x="-0.1444" as="geometry">
            <mxPoint as="offset" />
          </mxGeometry>
        </mxCell>
        <mxCell id="DWGIw0IIuDlJqxq0uWgz-9" edge="1" parent="1" source="D8js0SttXVh86KWsJFss-14" style="edgeStyle=orthogonalEdgeStyle;rounded=0;orthogonalLoop=1;jettySize=auto;html=1;" target="DWGIw0IIuDlJqxq0uWgz-7">
          <mxGeometry relative="1" as="geometry">
            <Array as="points">
              <mxPoint x="840" y="1380" />
              <mxPoint x="840" y="2580" />
            </Array>
            <mxPoint x="680" y="2530" as="targetPoint" />
          </mxGeometry>
        </mxCell>
        <mxCell id="DWGIw0IIuDlJqxq0uWgz-10" connectable="0" parent="DWGIw0IIuDlJqxq0uWgz-9" style="edgeLabel;html=1;align=center;verticalAlign=middle;resizable=0;points=[];fontColor=light-dark(#000000,#FF0000);" value="False" vertex="1">
          <mxGeometry relative="1" x="-0.9202" as="geometry">
            <mxPoint as="offset" />
          </mxGeometry>
        </mxCell>
        <mxCell id="D8js0SttXVh86KWsJFss-14" parent="1" style="rhombus;html=1;rounded=0;aspect=fixed;align=center;whiteSpace=wrap;" value="hash changes&amp;nbsp;&lt;div&gt;exist ?&lt;/div&gt;" vertex="1">
          <mxGeometry height="120" width="120" x="600" y="1320" as="geometry" />
        </mxCell>
        <mxCell id="D8js0SttXVh86KWsJFss-21" edge="1" parent="1" source="D8js0SttXVh86KWsJFss-20" style="edgeStyle=orthogonalEdgeStyle;rounded=0;orthogonalLoop=1;jettySize=auto;html=1;" target="D8js0SttXVh86KWsJFss-9" value="">
          <mxGeometry relative="1" as="geometry" />
        </mxCell>
        <mxCell id="D8js0SttXVh86KWsJFss-20" parent="1" style="html=1;rounded=0;align=center;whiteSpace=wrap;" value="Record changed hash file details in order&lt;div&gt;&lt;br&gt;&lt;/div&gt;&lt;div&gt;&lt;div&gt;&amp;lt;file-path&amp;gt; &amp;lt;sha-256&amp;gt;&lt;/div&gt;&lt;/div&gt;" vertex="1">
          <mxGeometry height="120" width="120" x="600" y="1520" as="geometry" />
        </mxCell>
        <mxCell id="DWGIw0IIuDlJqxq0uWgz-12" edge="1" parent="1" source="D8js0SttXVh86KWsJFss-27" style="edgeStyle=orthogonalEdgeStyle;rounded=0;orthogonalLoop=1;jettySize=auto;html=1;" target="kUUIiqGxWrQIOyBqX_BW-13" value="">
          <mxGeometry relative="1" as="geometry">
            <mxPoint x="820" y="920.0000000000002" as="targetPoint" />
          </mxGeometry>
        </mxCell>
        <mxCell id="XWM_SaW0I9FZybDSj1vM-3" connectable="0" parent="DWGIw0IIuDlJqxq0uWgz-12" style="edgeLabel;html=1;align=center;verticalAlign=middle;resizable=0;points=[];fontColor=light-dark(#000000,#00FF00);" value="True" vertex="1">
          <mxGeometry relative="1" x="-0.0373" y="1" as="geometry">
            <mxPoint x="-2" y="-1" as="offset" />
          </mxGeometry>
        </mxCell>
        <mxCell id="kUUIiqGxWrQIOyBqX_BW-11" edge="1" parent="1" source="D8js0SttXVh86KWsJFss-27" style="edgeStyle=orthogonalEdgeStyle;rounded=0;orthogonalLoop=1;jettySize=auto;html=1;" target="kUUIiqGxWrQIOyBqX_BW-10">
          <mxGeometry relative="1" as="geometry" />
        </mxCell>
-         <mxCell id="kUUIiqGxWrQIOyBqX_BW-12" connectable="0" parent="kUUIiqGxWrQIOyBqX_BW-11" style="edgeLabel;html=1;align=center;verticalAlign=middle;resizable=0;points=[];fontColor=light-dark(#000000,#FF0000);" value="False" vertex="1">
+         <mxCell id="kUUIiqGxWrQIOyBqX_BW-12" connectable="0" parent="kUUIiqGxWrQIOyBqX_BW-11" style="edgeLabel;html=1;align=center;verticalAlign=middle;resizable=0;points=[];fontColor=light-dark(#000000,#FF0000);horizontal=0;" value="False" vertex="1">
          <mxGeometry relative="1" x="-0.5963" y="-2" as="geometry">
-             <mxPoint x="42" y="-2" as="offset" />
+             <mxPoint x="52" y="68" as="offset" />
          </mxGeometry>
        </mxCell>
        <mxCell id="D8js0SttXVh86KWsJFss-27" parent="1" style="rhombus;whiteSpace=wrap;html=1;rounded=0;aspect=fixed;" value="External dependencies ?" vertex="1">
          <mxGeometry height="120" width="120" x="760" y="720" as="geometry" />
        </mxCell>
        <mxCell id="DWGIw0IIuDlJqxq0uWgz-8" edge="1" parent="1" source="DWGIw0IIuDlJqxq0uWgz-1" style="edgeStyle=orthogonalEdgeStyle;rounded=0;orthogonalLoop=1;jettySize=auto;html=1;" target="DWGIw0IIuDlJqxq0uWgz-7" value="">
          <mxGeometry relative="1" as="geometry" />
        </mxCell>
        <mxCell id="DWGIw0IIuDlJqxq0uWgz-1" parent="1" style="whiteSpace=wrap;html=1;rounded=0;" value="Recompile the classes in the list without any extra parameters like:&lt;br&gt;&lt;br&gt;-class-path&lt;div&gt;-module-path&lt;/div&gt;" vertex="1">
          <mxGeometry height="120" width="120" x="500" y="2120" as="geometry" />
        </mxCell>
        <mxCell id="DWGIw0IIuDlJqxq0uWgz-16" edge="1" parent="1" source="DWGIw0IIuDlJqxq0uWgz-7" style="edgeStyle=orthogonalEdgeStyle;rounded=0;orthogonalLoop=1;jettySize=auto;html=1;fillColor=#0050ef;strokeColor=#001DBC;strokeWidth=3;" target="DWGIw0IIuDlJqxq0uWgz-15" value="">
          <mxGeometry relative="1" as="geometry" />
        </mxCell>
        <mxCell id="DWGIw0IIuDlJqxq0uWgz-19" connectable="0" parent="DWGIw0IIuDlJqxq0uWgz-16" style="edgeLabel;html=1;align=center;verticalAlign=middle;resizable=0;points=[];fontColor=light-dark(#000000,#FF0000);" value="False" vertex="1">
          <mxGeometry relative="1" x="0.0295" y="-1" as="geometry">
            <mxPoint as="offset" />
          </mxGeometry>
        </mxCell>
        <mxCell id="Qmm5ZwnxzWg7dFWX0fx7-2" edge="1" parent="1" source="DWGIw0IIuDlJqxq0uWgz-7" style="edgeStyle=orthogonalEdgeStyle;rounded=0;orthogonalLoop=1;jettySize=auto;html=1;strokeWidth=3;fillColor=#60a917;strokeColor=#2D7600;" target="Qmm5ZwnxzWg7dFWX0fx7-1" value="">
          <mxGeometry relative="1" as="geometry" />
        </mxCell>
        <mxCell id="Qmm5ZwnxzWg7dFWX0fx7-3" connectable="0" parent="Qmm5ZwnxzWg7dFWX0fx7-2" style="edgeLabel;html=1;align=center;verticalAlign=middle;resizable=0;points=[];fontColor=light-dark(#000000,#00FF00);horizontal=0;" value="True" vertex="1">
          <mxGeometry relative="1" x="-0.1955" as="geometry">
            <mxPoint as="offset" />
          </mxGeometry>
        </mxCell>
        <mxCell id="DWGIw0IIuDlJqxq0uWgz-18" edge="1" parent="1" source="DWGIw0IIuDlJqxq0uWgz-15" style="edgeStyle=orthogonalEdgeStyle;rounded=0;orthogonalLoop=1;jettySize=auto;html=1;" target="Qmm5ZwnxzWg7dFWX0fx7-7" value="">
          <mxGeometry relative="1" as="geometry">
            <Array as="points">
              <mxPoint x="361" y="2580" />
              <mxPoint x="760" y="2580" />
            </Array>
            <mxPoint x="220" y="2380" as="targetPoint" />
          </mxGeometry>
        </mxCell>
        <mxCell id="DWGIw0IIuDlJqxq0uWgz-20" connectable="0" parent="DWGIw0IIuDlJqxq0uWgz-18" style="edgeLabel;html=1;align=center;verticalAlign=middle;resizable=0;points=[];fontColor=light-dark(#000000,#FF0000);horizontal=1;" value="False" vertex="1">
          <mxGeometry relative="1" x="0.0837" y="2" as="geometry">
            <mxPoint x="-145" y="2" as="offset" />
          </mxGeometry>
        </mxCell>
        <mxCell id="DWGIw0IIuDlJqxq0uWgz-7" parent="1" style="rhombus;whiteSpace=wrap;html=1;aspect=fixed;" value="Is command run ?" vertex="1">
          <mxGeometry height="120" width="120" x="500" y="2320" as="geometry" />
        </mxCell>
        <mxCell id="kUUIiqGxWrQIOyBqX_BW-2" edge="1" parent="1" source="DWGIw0IIuDlJqxq0uWgz-15" style="edgeStyle=orthogonalEdgeStyle;rounded=0;orthogonalLoop=1;jettySize=auto;html=1;" target="Qmm5ZwnxzWg7dFWX0fx7-10">
          <mxGeometry relative="1" as="geometry" />
        </mxCell>
        <mxCell id="kUUIiqGxWrQIOyBqX_BW-3" connectable="0" parent="kUUIiqGxWrQIOyBqX_BW-2" style="edgeLabel;html=1;align=center;verticalAlign=middle;resizable=0;points=[];horizontal=0;fontColor=light-dark(#000000,#00FF00);" value="True" vertex="1">
          <mxGeometry relative="1" x="-0.0363" y="-1" as="geometry">
            <mxPoint x="1" y="5" as="offset" />
          </mxGeometry>
        </mxCell>
        <mxCell id="DWGIw0IIuDlJqxq0uWgz-15" parent="1" style="rhombus;whiteSpace=wrap;html=1;aspect=fixed;" value="Is optional flag present ?" vertex="1">
          <mxGeometry height="120" width="120" x="301" y="2320" as="geometry" />
        </mxCell>
        <mxCell id="Qmm5ZwnxzWg7dFWX0fx7-6" edge="1" parent="1" source="Qmm5ZwnxzWg7dFWX0fx7-1" style="edgeStyle=orthogonalEdgeStyle;rounded=0;orthogonalLoop=1;jettySize=auto;html=1;" target="Qmm5ZwnxzWg7dFWX0fx7-5" value="">
          <mxGeometry relative="1" as="geometry" />
        </mxCell>
        <mxCell id="Qmm5ZwnxzWg7dFWX0fx7-1" parent="1" style="whiteSpace=wrap;html=1;" value="Now run the project using the main class location inside the skiff.config" vertex="1">
          <mxGeometry height="120" width="120" x="500" y="2520" as="geometry" />
        </mxCell>
        <mxCell id="Qmm5ZwnxzWg7dFWX0fx7-8" edge="1" parent="1" source="Qmm5ZwnxzWg7dFWX0fx7-5" style="edgeStyle=orthogonalEdgeStyle;rounded=0;orthogonalLoop=1;jettySize=auto;html=1;" target="Qmm5ZwnxzWg7dFWX0fx7-7" value="">
          <mxGeometry relative="1" as="geometry" />
        </mxCell>
        <mxCell id="Qmm5ZwnxzWg7dFWX0fx7-9" connectable="0" parent="Qmm5ZwnxzWg7dFWX0fx7-8" style="edgeLabel;html=1;align=center;verticalAlign=middle;resizable=0;points=[];fontColor=light-dark(#000000,#FF0000);" value="False" vertex="1">
          <mxGeometry relative="1" x="0.0095" y="1" as="geometry">
            <mxPoint y="-1" as="offset" />
          </mxGeometry>
        </mxCell>
        <mxCell id="Qmm5ZwnxzWg7dFWX0fx7-11" edge="1" parent="1" source="Qmm5ZwnxzWg7dFWX0fx7-5" style="edgeStyle=orthogonalEdgeStyle;rounded=0;orthogonalLoop=1;jettySize=auto;html=1;" target="Qmm5ZwnxzWg7dFWX0fx7-10" value="">
          <mxGeometry relative="1" as="geometry" />
        </mxCell>
        <mxCell id="Qmm5ZwnxzWg7dFWX0fx7-12" connectable="0" parent="Qmm5ZwnxzWg7dFWX0fx7-11" style="edgeLabel;html=1;align=center;verticalAlign=middle;resizable=0;points=[];fontColor=light-dark(#000000,#00FF00);" value="True" vertex="1">
          <mxGeometry relative="1" x="-0.075" y="1" as="geometry">
            <mxPoint x="3" y="-1" as="offset" />
          </mxGeometry>
        </mxCell>
        <mxCell id="Qmm5ZwnxzWg7dFWX0fx7-5" parent="1" style="rhombus;whiteSpace=wrap;html=1;aspect=fixed;" value="Is optional flag present ?" vertex="1">
          <mxGeometry height="120" width="120" x="500" y="2720" as="geometry" />
        </mxCell>
        <mxCell id="Qmm5ZwnxzWg7dFWX0fx7-7" parent="1" style="whiteSpace=wrap;html=1;fillColor=#60a917;fontColor=#ffffff;strokeColor=#2D7600;" value="Exit Code - 0&lt;br&gt;&lt;br&gt;Success" vertex="1">
          <mxGeometry height="120" width="120" x="700" y="2720" as="geometry" />
        </mxCell>
        <mxCell id="Qmm5ZwnxzWg7dFWX0fx7-10" parent="1" style="whiteSpace=wrap;html=1;fillColor=#0050ef;fontColor=#ffffff;strokeColor=#001DBC;" value="Watcher objects created for setting keeping track of files being changed." vertex="1">
          <mxGeometry height="120" width="120" x="160" y="2720" as="geometry" />
        </mxCell>
        <mxCell id="Qmm5ZwnxzWg7dFWX0fx7-15" edge="1" parent="1" source="Qmm5ZwnxzWg7dFWX0fx7-13" style="edgeStyle=orthogonalEdgeStyle;rounded=0;orthogonalLoop=1;jettySize=auto;html=1;" target="_L8elAd2zRHlTAjXCjIf-67" value="">
          <mxGeometry relative="1" as="geometry" />
        </mxCell>
        <mxCell id="kUUIiqGxWrQIOyBqX_BW-6" edge="1" parent="1" source="Qmm5ZwnxzWg7dFWX0fx7-13" style="edgeStyle=orthogonalEdgeStyle;rounded=0;orthogonalLoop=1;jettySize=auto;html=1;entryX=0.5;entryY=0;entryDx=0;entryDy=0;" target="D8js0SttXVh86KWsJFss-27">
          <mxGeometry relative="1" as="geometry">
            <Array as="points">
              <mxPoint x="660" y="680" />
              <mxPoint x="820" y="680" />
            </Array>
          </mxGeometry>
        </mxCell>
        <mxCell id="kUUIiqGxWrQIOyBqX_BW-7" connectable="0" parent="kUUIiqGxWrQIOyBqX_BW-6" style="edgeLabel;html=1;align=center;verticalAlign=middle;resizable=0;points=[];" value="Virtual Thread - Dependency" vertex="1">
          <mxGeometry relative="1" x="-0.0771" y="1" as="geometry">
            <mxPoint x="9" as="offset" />
          </mxGeometry>
        </mxCell>
        <mxCell id="Qmm5ZwnxzWg7dFWX0fx7-13" parent="1" style="rounded=1;html=1;align=center;whiteSpace=wrap;" value="Allowed:&amp;nbsp;&lt;div&gt;--watch, -w&lt;br&gt;&lt;br&gt;Argument is compulsory&lt;/div&gt;" vertex="1">
          <mxGeometry height="120" width="120" x="600" y="520" as="geometry" />
        </mxCell>
        <mxCell id="kUUIiqGxWrQIOyBqX_BW-10" parent="1" style="whiteSpace=wrap;html=1;fillColor=#60a917;fontColor=#ffffff;strokeColor=#2D7600;" value="Exit Dependency Thread Code - 0&lt;br&gt;&lt;br&gt;Success" vertex="1">
          <mxGeometry height="120" width="120" x="920" y="920" as="geometry" />
        </mxCell>
        <mxCell id="kUUIiqGxWrQIOyBqX_BW-15" edge="1" parent="1" source="kUUIiqGxWrQIOyBqX_BW-13" style="edgeStyle=orthogonalEdgeStyle;rounded=0;orthogonalLoop=1;jettySize=auto;html=1;" target="kUUIiqGxWrQIOyBqX_BW-14" value="">
          <mxGeometry relative="1" as="geometry" />
        </mxCell>
        <mxCell id="kUUIiqGxWrQIOyBqX_BW-13" parent="1" style="rounded=0;whiteSpace=wrap;html=1;" value="Parse .skiff/config to find the class-path and module-path libraries" vertex="1">
          <mxGeometry height="120" width="120" x="760" y="920" as="geometry" />
        </mxCell>
        <mxCell id="kUUIiqGxWrQIOyBqX_BW-16" edge="1" parent="1" source="kUUIiqGxWrQIOyBqX_BW-14" style="edgeStyle=orthogonalEdgeStyle;rounded=0;orthogonalLoop=1;jettySize=auto;html=1;" target="kUUIiqGxWrQIOyBqX_BW-10">
          <mxGeometry relative="1" as="geometry" />
        </mxCell>
        <mxCell id="kUUIiqGxWrQIOyBqX_BW-14" parent="1" style="rounded=0;whiteSpace=wrap;html=1;" value="Append the above using a StringBuffer or StringBuilder and then finally pass it back to the Main thread" vertex="1">
          <mxGeometry height="120" width="120" x="760" y="1120" as="geometry" />
        </mxCell>
        <mxCell id="kUUIiqGxWrQIOyBqX_BW-17" parent="1" style="shape=curlyBracket;whiteSpace=wrap;html=1;rounded=1;flipH=1;labelPosition=right;verticalLabelPosition=middle;align=left;verticalAlign=middle;legacyAnchorPoints=0;" value="" vertex="1">
          <mxGeometry height="2840" width="20" x="1340" as="geometry" />
        </mxCell>
        <mxCell id="kUUIiqGxWrQIOyBqX_BW-18" parent="1" style="text;html=1;whiteSpace=wrap;strokeColor=none;fillColor=none;align=center;verticalAlign=middle;rounded=0;" value="This is version 0.x.x" vertex="1">
          <mxGeometry height="30" width="120" x="1360" y="1405" as="geometry" />
        </mxCell>
        <mxCell id="kUUIiqGxWrQIOyBqX_BW-19" parent="1" style="rounded=0;whiteSpace=wrap;html=1;fillColor=#1ba1e2;fontColor=#ffffff;strokeColor=#006EAF;" value="This discovery should be automated by version 1.x.x" vertex="1">
          <mxGeometry height="60" width="120" x="760" y="1240" as="geometry" />
        </mxCell>
        <mxCell id="1pAaF0LTkKSIikwXOGew-1" parent="1" style="verticalLabelPosition=bottom;verticalAlign=top;html=1;shape=mxgraph.basic.tick;fillColor=#60a917;fontColor=#ffffff;strokeColor=#2D7600;" value="" vertex="1">
          <mxGeometry height="55" width="46.75" x="690" y="175" as="geometry" />
+         </mxCell>
+         <mxCell id="Gxfhy34ixXxoShNP1-K3-7" edge="1" parent="1" source="Gxfhy34ixXxoShNP1-K3-2" style="edgeStyle=orthogonalEdgeStyle;rounded=0;orthogonalLoop=1;jettySize=auto;html=1;" target="Gxfhy34ixXxoShNP1-K3-6">
+           <mxGeometry relative="1" as="geometry">
+             <Array as="points">
+               <mxPoint x="980" y="760" />
+               <mxPoint x="1060" y="760" />
+             </Array>
+           </mxGeometry>
+         </mxCell>
+         <mxCell id="Gxfhy34ixXxoShNP1-K3-2" parent="1" style="whiteSpace=wrap;html=1;" value="man" vertex="1">
+           <mxGeometry height="120" width="120" x="920" y="520" as="geometry" />
+         </mxCell>
+         <mxCell id="Gxfhy34ixXxoShNP1-K3-8" edge="1" parent="1" source="Gxfhy34ixXxoShNP1-K3-6" style="edgeStyle=orthogonalEdgeStyle;rounded=0;orthogonalLoop=1;jettySize=auto;html=1;" target="Qmm5ZwnxzWg7dFWX0fx7-7">
+           <mxGeometry relative="1" as="geometry">
+             <Array as="points">
+               <mxPoint x="1060" y="2780" />
+             </Array>
+           </mxGeometry>
+         </mxCell>
+         <mxCell id="Gxfhy34ixXxoShNP1-K3-6" parent="1" style="rounded=0;whiteSpace=wrap;html=1;" value="Display the Manual Page of JSkiff" vertex="1">
+           <mxGeometry height="120.07849999999999" width="120" x="1000" y="1120" as="geometry" />
+         </mxCell>
+         <mxCell id="Gxfhy34ixXxoShNP1-K3-9" parent="1" style="verticalLabelPosition=bottom;verticalAlign=top;html=1;shape=mxgraph.basic.tick;fillColor=#60a917;fontColor=#ffffff;strokeColor=#2D7600;" value="" vertex="1">
+           <mxGeometry height="55" width="46.75" x="993.25" y="520" as="geometry" />
        </mxCell>
      </root>
    </mxGraphModel>
  </diagram>
</mxfile>
